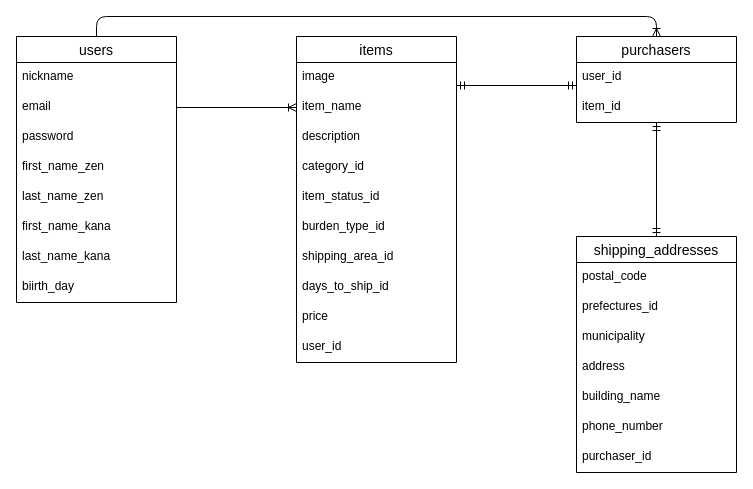
yamazaki-shugo/furima-30544 keeps this draw.io diagram as furima.dio. Above is the earlier version. Source tidied: cells renumbered, new cells numbered last; positions are measured from the earlier drawing's top-left corner, leaving out a move shared by most shapes. Both pictures are drawn from the tidied source at 100%, with x=0, y=0 at pixel (16, 16).
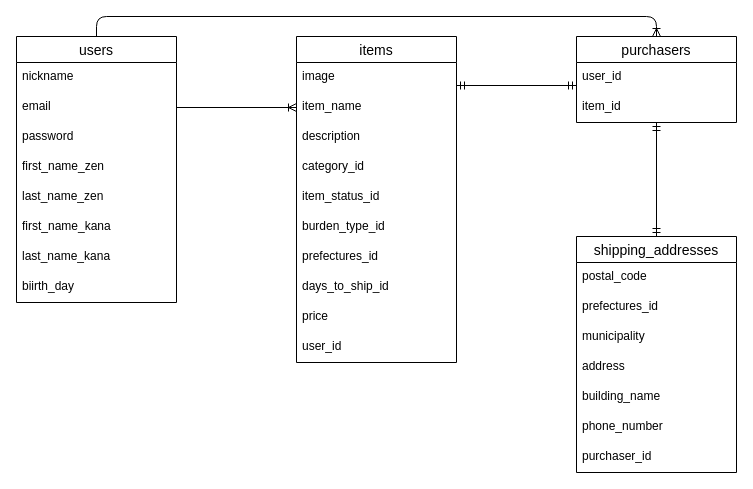
The same page after the edit.

Commit message (it also covers changes not shown here):
カラム名修正(shipping_area=>prefectures)

The change refers to these unchanged cells:
```xml
<mxCell id="14" value="items" style="swimlane;fontStyle=0;horizontal=1;startSize=26;align=center;fontSize=14;" parent="1" vertex="1">
  <mxGeometry x="280" y="20" width="160" height="326" as="geometry" />
</mxCell>
```

What changed in the source:
```diff
@@
-    <mxCell id="21" value="shipping_area_id" style="text;strokeColor=none;fillColor=none;spacingLeft=4;spacingRight=4;overflow=hidden;fontSize=12;" parent="14" vertex="1">
+    <mxCell id="21" value="prefectures_id" style="text;strokeColor=none;fillColor=none;spacingLeft=4;spacingRight=4;overflow=hidden;fontSize=12;" parent="14" vertex="1">
       <mxGeometry y="206" width="160" height="30" as="geometry" />
     </mxCell>
```
